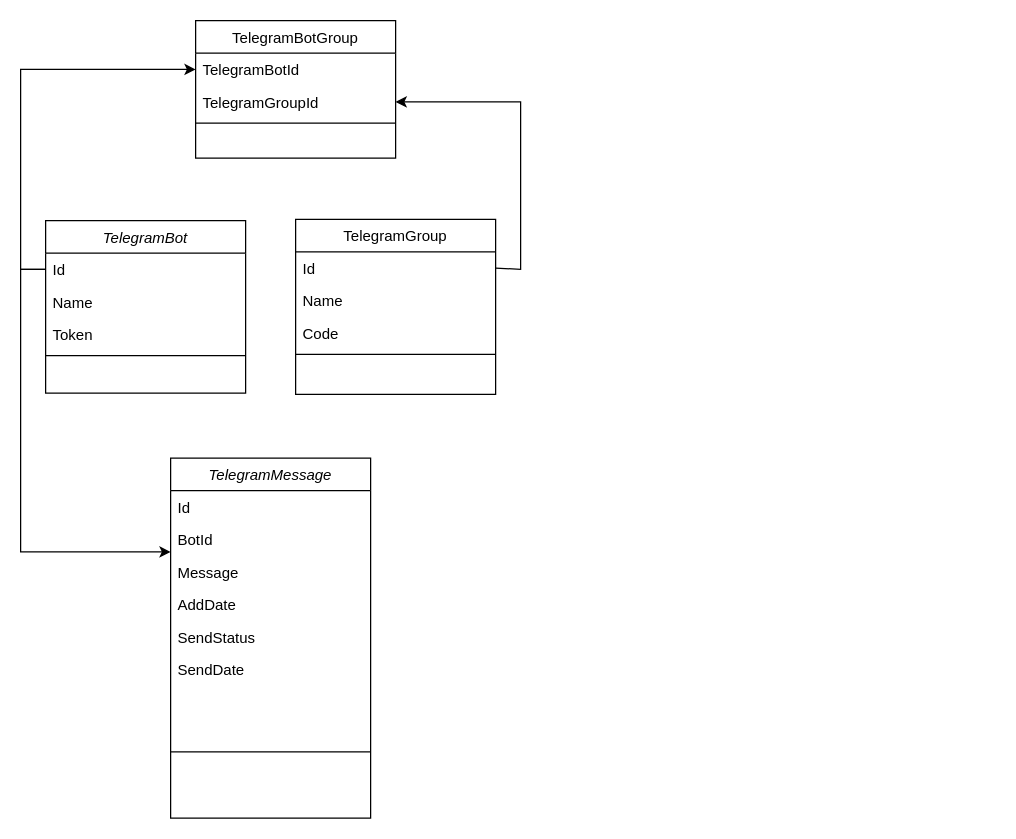
lero4ka1095/CoreRepository keeps this draw.io diagram as TelegramBotSender.drawio. Above is the earlier version. Source tidied: cells renumbered, new cells numbered last; positions are measured from the earlier drawing's top-left corner, leaving out a move shared by most shapes. Both pictures are drawn from the tidied source at 125%, with x=0, y=0 at pixel (20, 20).
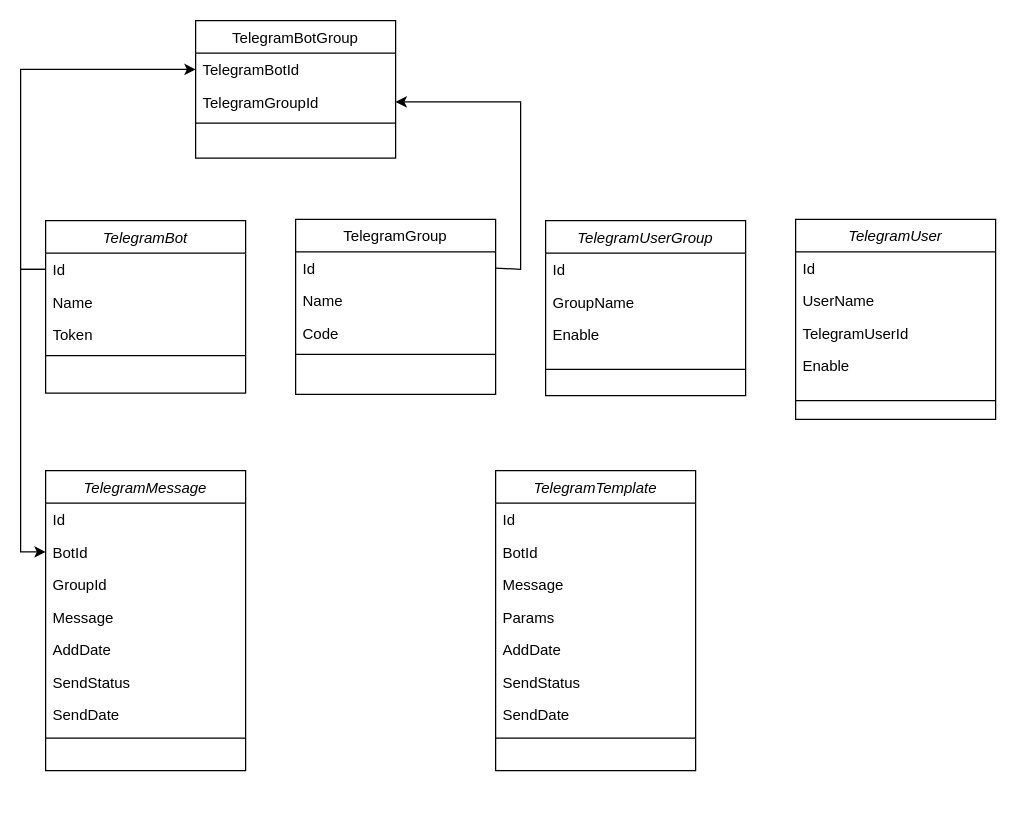
Above is the later version.

Diff of the diagram source:
```diff
@@
     <mxCell id="18" value="TelegramMessage" style="swimlane;fontStyle=2;align=center;verticalAlign=top;horizontal=1;startSize=26;rounded=0;shadow=0;strokeWidth=1;" parent="1" vertex="1">
-      <mxGeometry x="120" y="350" width="160" height="288" as="geometry" />
+      <mxGeometry x="20" y="360" width="160" height="240" as="geometry" />
     </mxCell>
@@
+    <mxCell id="27" value="GroupId" style="text;align=left;verticalAlign=top;spacingLeft=4;spacingRight=4;overflow=hidden;rounded=0;shadow=0;html=0;" parent="18" vertex="1">
+      <mxGeometry y="78" width="160" height="26" as="geometry" />
+    </mxCell>
     <mxCell id="21" value="Message" style="text;align=left;verticalAlign=top;spacingLeft=4;spacingRight=4;overflow=hidden;rounded=0;shadow=0;html=0;" parent="18" vertex="1">
-      <mxGeometry y="78" width="160" height="26" as="geometry" />
+      <mxGeometry y="104" width="160" height="26" as="geometry" />
     </mxCell>
     <mxCell id="22" value="AddDate" style="text;align=left;verticalAlign=top;spacingLeft=4;spacingRight=4;overflow=hidden;rounded=0;shadow=0;html=0;" parent="18" vertex="1">
-      <mxGeometry y="104" width="160" height="26" as="geometry" />
+      <mxGeometry y="130" width="160" height="26" as="geometry" />
     </mxCell>
     <mxCell id="23" value="SendStatus" style="text;align=left;verticalAlign=top;spacingLeft=4;spacingRight=4;overflow=hidden;rounded=0;shadow=0;html=0;" parent="18" vertex="1">
-      <mxGeometry y="130" width="160" height="26" as="geometry" />
+      <mxGeometry y="156" width="160" height="26" as="geometry" />
     </mxCell>
     <mxCell id="24" value="SendDate" style="text;align=left;verticalAlign=top;spacingLeft=4;spacingRight=4;overflow=hidden;rounded=0;shadow=0;html=0;" parent="18" vertex="1">
-      <mxGeometry y="156" width="160" height="26" as="geometry" />
+      <mxGeometry y="182" width="160" height="26" as="geometry" />
     </mxCell>
     <mxCell id="25" style="line;html=1;strokeWidth=1;align=left;verticalAlign=middle;spacingTop=-1;spacingLeft=3;spacingRight=3;labelPosition=right;" parent="18" vertex="1">
-      <mxGeometry y="182" width="160" height="106" as="geometry" />
+      <mxGeometry y="208" width="160" height="12" as="geometry" />
     </mxCell>
@@
+    <mxCell id="28" value="TelegramUser" style="swimlane;fontStyle=2;align=center;verticalAlign=top;horizontal=1;startSize=26;rounded=0;shadow=0;strokeWidth=1;" parent="1" vertex="1">
+      <mxGeometry x="620" y="159" width="160" height="160" as="geometry" />
+    </mxCell>
+    <mxCell id="29" value="Id" style="text;align=left;verticalAlign=top;spacingLeft=4;spacingRight=4;overflow=hidden;" parent="28" vertex="1">
+      <mxGeometry y="26" width="160" height="26" as="geometry" />
+    </mxCell>
+    <mxCell id="30" value="UserName" style="text;align=left;verticalAlign=top;spacingLeft=4;spacingRight=4;overflow=hidden;rounded=0;shadow=0;html=0;" parent="28" vertex="1">
+      <mxGeometry y="52" width="160" height="26" as="geometry" />
+    </mxCell>
+    <mxCell id="31" value="TelegramUserId" style="text;align=left;verticalAlign=top;spacingLeft=4;spacingRight=4;overflow=hidden;rounded=0;shadow=0;html=0;" parent="28" vertex="1">
+      <mxGeometry y="78" width="160" height="26" as="geometry" />
+    </mxCell>
+    <mxCell id="32" value="Enable" style="text;align=left;verticalAlign=top;spacingLeft=4;spacingRight=4;overflow=hidden;rounded=0;shadow=0;html=0;" parent="28" vertex="1">
+      <mxGeometry y="104" width="160" height="26" as="geometry" />
+    </mxCell>
+    <mxCell id="33" style="line;html=1;strokeWidth=1;align=left;verticalAlign=middle;spacingTop=-1;spacingLeft=3;spacingRight=3;labelPosition=right;" parent="28" vertex="1">
+      <mxGeometry y="130" width="160" height="30" as="geometry" />
+    </mxCell>
+    <mxCell id="34" value="TelegramUserGroup" style="swimlane;fontStyle=2;align=center;verticalAlign=top;horizontal=1;startSize=26;rounded=0;shadow=0;strokeWidth=1;" parent="1" vertex="1">
+      <mxGeometry x="420" y="160" width="160" height="140" as="geometry" />
+    </mxCell>
+    <mxCell id="35" value="Id" style="text;align=left;verticalAlign=top;spacingLeft=4;spacingRight=4;overflow=hidden;" parent="34" vertex="1">
+      <mxGeometry y="26" width="160" height="26" as="geometry" />
+    </mxCell>
+    <mxCell id="36" value="GroupName" style="text;align=left;verticalAlign=top;spacingLeft=4;spacingRight=4;overflow=hidden;rounded=0;shadow=0;html=0;" parent="34" vertex="1">
+      <mxGeometry y="52" width="160" height="26" as="geometry" />
+    </mxCell>
+    <mxCell id="37" value="Enable" style="text;align=left;verticalAlign=top;spacingLeft=4;spacingRight=4;overflow=hidden;rounded=0;shadow=0;html=0;" parent="34" vertex="1">
+      <mxGeometry y="78" width="160" height="26" as="geometry" />
+    </mxCell>
+    <mxCell id="38" style="line;html=1;strokeWidth=1;align=left;verticalAlign=middle;spacingTop=-1;spacingLeft=3;spacingRight=3;labelPosition=right;" parent="34" vertex="1">
+      <mxGeometry y="104" width="160" height="30" as="geometry" />
+    </mxCell>
+    <mxCell id="39" value="TelegramTemplate" style="swimlane;fontStyle=2;align=center;verticalAlign=top;horizontal=1;startSize=26;rounded=0;shadow=0;strokeWidth=1;" parent="1" vertex="1">
+      <mxGeometry x="380" y="360" width="160" height="240" as="geometry" />
+    </mxCell>
+    <mxCell id="40" value="Id" style="text;align=left;verticalAlign=top;spacingLeft=4;spacingRight=4;overflow=hidden;" parent="39" vertex="1">
+      <mxGeometry y="26" width="160" height="26" as="geometry" />
+    </mxCell>
+    <mxCell id="41" value="BotId" style="text;align=left;verticalAlign=top;spacingLeft=4;spacingRight=4;overflow=hidden;rounded=0;shadow=0;html=0;" parent="39" vertex="1">
+      <mxGeometry y="52" width="160" height="26" as="geometry" />
+    </mxCell>
+    <mxCell id="42" value="Message" style="text;align=left;verticalAlign=top;spacingLeft=4;spacingRight=4;overflow=hidden;rounded=0;shadow=0;html=0;" parent="39" vertex="1">
+      <mxGeometry y="78" width="160" height="26" as="geometry" />
+    </mxCell>
+    <mxCell id="43" value="Params" style="text;align=left;verticalAlign=top;spacingLeft=4;spacingRight=4;overflow=hidden;rounded=0;shadow=0;html=0;" parent="39" vertex="1">
+      <mxGeometry y="104" width="160" height="26" as="geometry" />
+    </mxCell>
+    <mxCell id="44" value="AddDate" style="text;align=left;verticalAlign=top;spacingLeft=4;spacingRight=4;overflow=hidden;rounded=0;shadow=0;html=0;" parent="39" vertex="1">
+      <mxGeometry y="130" width="160" height="26" as="geometry" />
+    </mxCell>
+    <mxCell id="45" value="SendStatus" style="text;align=left;verticalAlign=top;spacingLeft=4;spacingRight=4;overflow=hidden;rounded=0;shadow=0;html=0;" parent="39" vertex="1">
+      <mxGeometry y="156" width="160" height="26" as="geometry" />
+    </mxCell>
+    <mxCell id="46" value="SendDate" style="text;align=left;verticalAlign=top;spacingLeft=4;spacingRight=4;overflow=hidden;rounded=0;shadow=0;html=0;" parent="39" vertex="1">
+      <mxGeometry y="182" width="160" height="26" as="geometry" />
+    </mxCell>
+    <mxCell id="47" style="line;html=1;strokeWidth=1;align=left;verticalAlign=middle;spacingTop=-1;spacingLeft=3;spacingRight=3;labelPosition=right;" parent="39" vertex="1">
+      <mxGeometry y="208" width="160" height="12" as="geometry" />
+    </mxCell>
```
